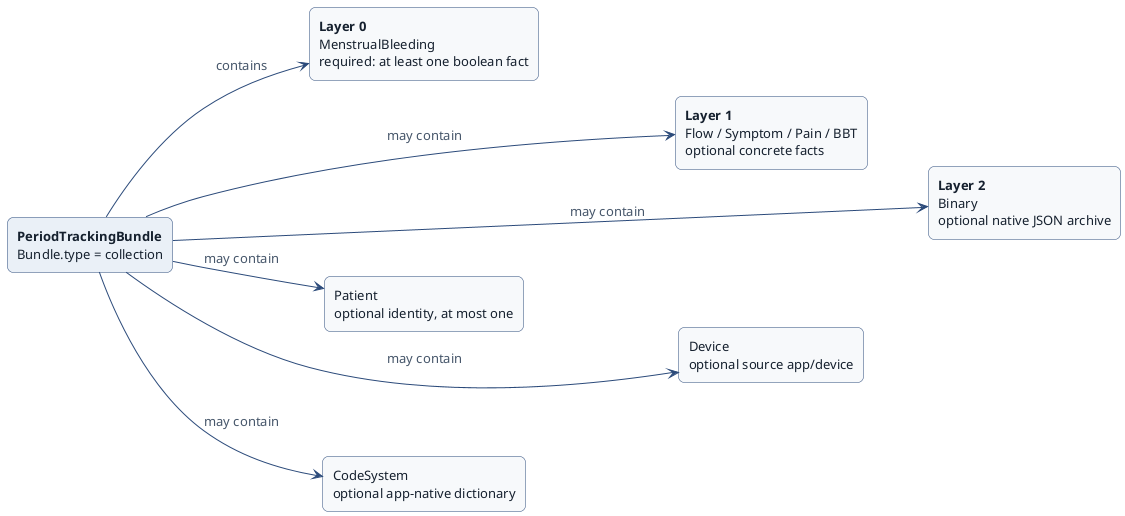
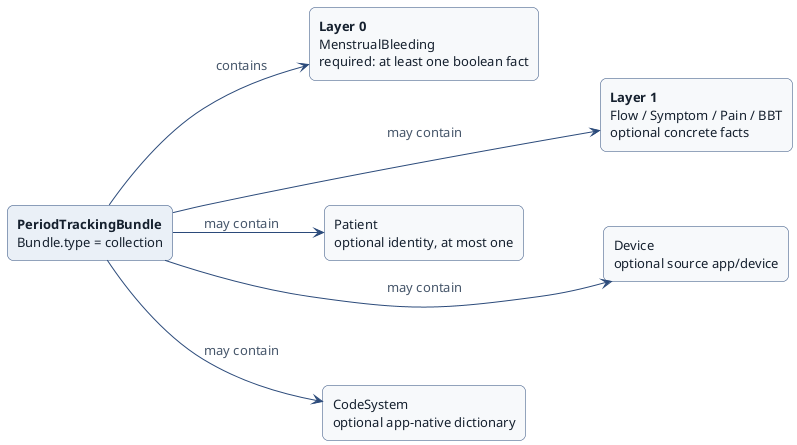
@startuml
left to right direction
skinparam shadowing false
skinparam defaultFontName Helvetica
skinparam defaultFontSize 13
skinparam ArrowColor #2B4A7A
skinparam ArrowFontColor #46566A
skinparam rectangle {
  BackgroundColor #F7F9FB
  BorderColor #2B4A7A
  FontColor #15202E
  roundCorner 12
}
rectangle "**PeriodTrackingBundle**\nBundle.type = collection" as Bundle #EAF0F7
rectangle "**Layer 0**\nMenstrualBleeding\nrequired: at least one boolean fact" as Bleed
rectangle "**Layer 1**\nFlow / Symptom / Pain / BBT\noptional concrete facts" as Layers
- rectangle "**Layer 2**\nBinary\noptional native JSON archive" as Bin
rectangle "Patient\noptional identity, at most one" as Pat
rectangle "Device\noptional source app/device" as Dev
rectangle "CodeSystem\noptional app-native dictionary" as CS

Bundle --> Bleed : contains
Bundle --> Layers : may contain
- Bundle --> Bin : may contain
Bundle --> Pat : may contain
Bundle --> Dev : may contain
Bundle --> CS : may contain

Bleed -[hidden]down- Layers
- Layers -[hidden]down- Bin
Pat -[hidden]down- Dev
@enduml
